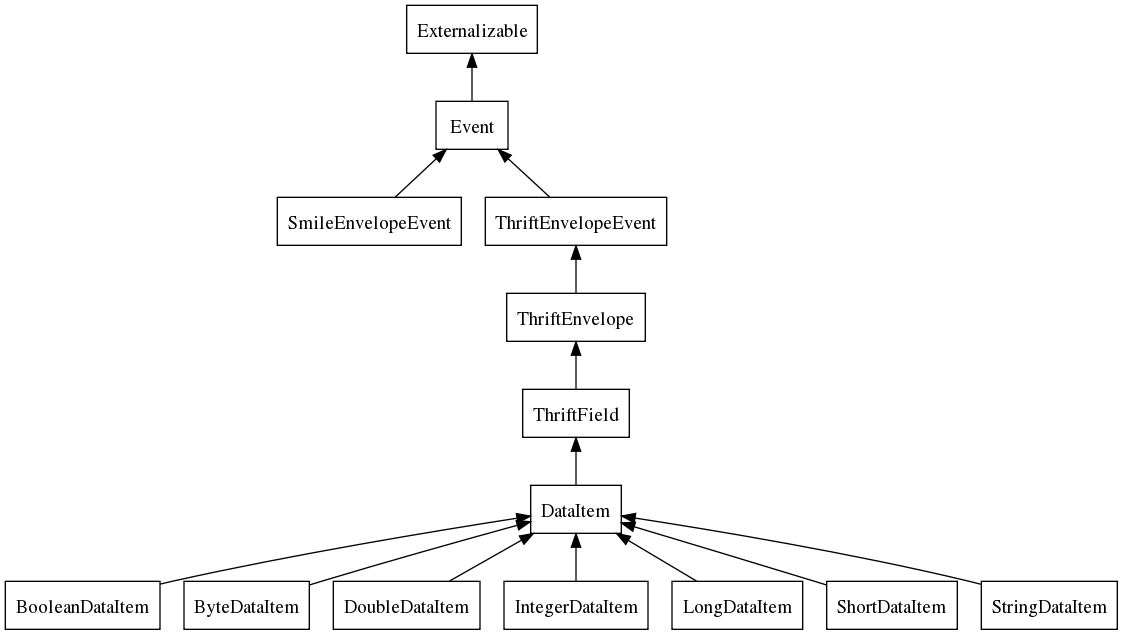
This is resources/serialization_overview.png from pierre/dwarf, a Graphviz export, as it was before one commit. Its source is kept beside it as resources/serialization_overview.dot.
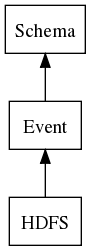
The same file after the commit.

The edit, as a diff of the source:
```diff
@@ -2,15 +2,5 @@
     rankdir = BT
     node [shape = "box"]
 
-    SmileEnvelopeEvent -> Event -> Externalizable
-    ThriftEnvelopeEvent -> Event
-    DataItem -> ThriftField -> ThriftEnvelope -> ThriftEnvelopeEvent
-
-    BooleanDataItem -> DataItem
-    ByteDataItem -> DataItem
-    DoubleDataItem -> DataItem
-    IntegerDataItem -> DataItem
-    LongDataItem -> DataItem
-    ShortDataItem -> DataItem
-    StringDataItem -> DataItem
+    HDFS -> Event -> Schema
 }
```
